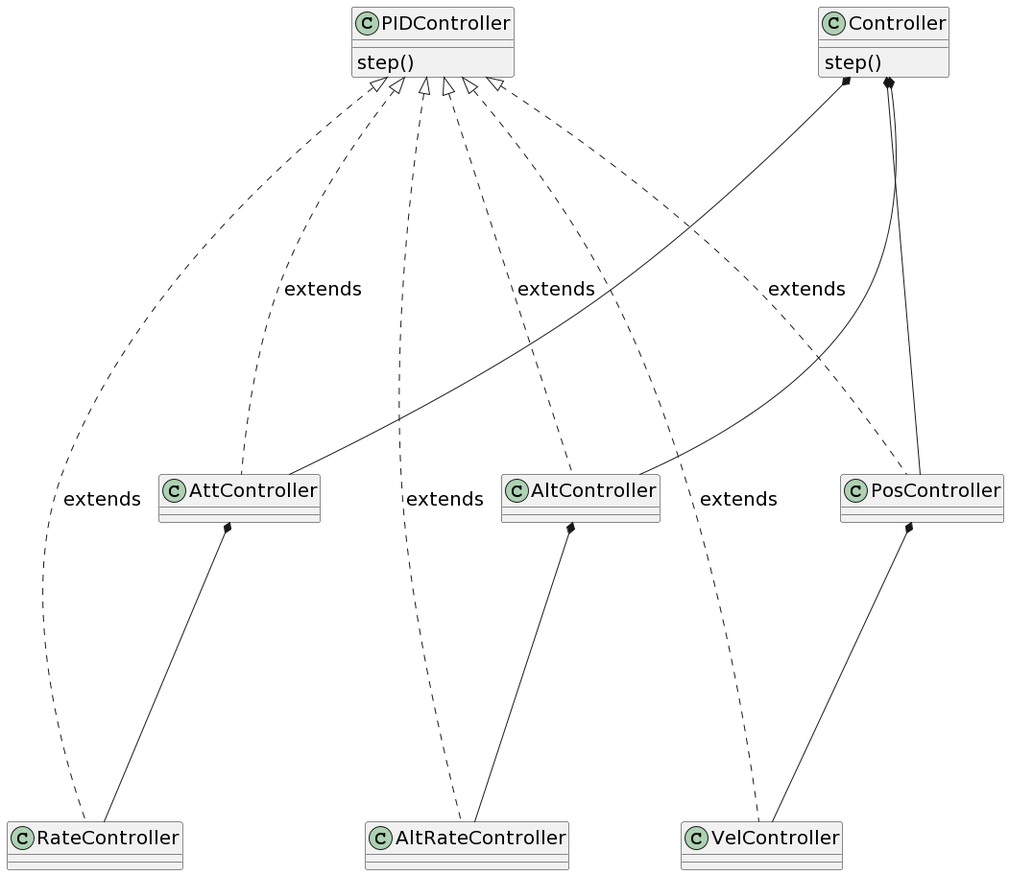
The PlantUML diagram _static/controller_classdiagram.png in hazrmard/multirotor, before a commit.
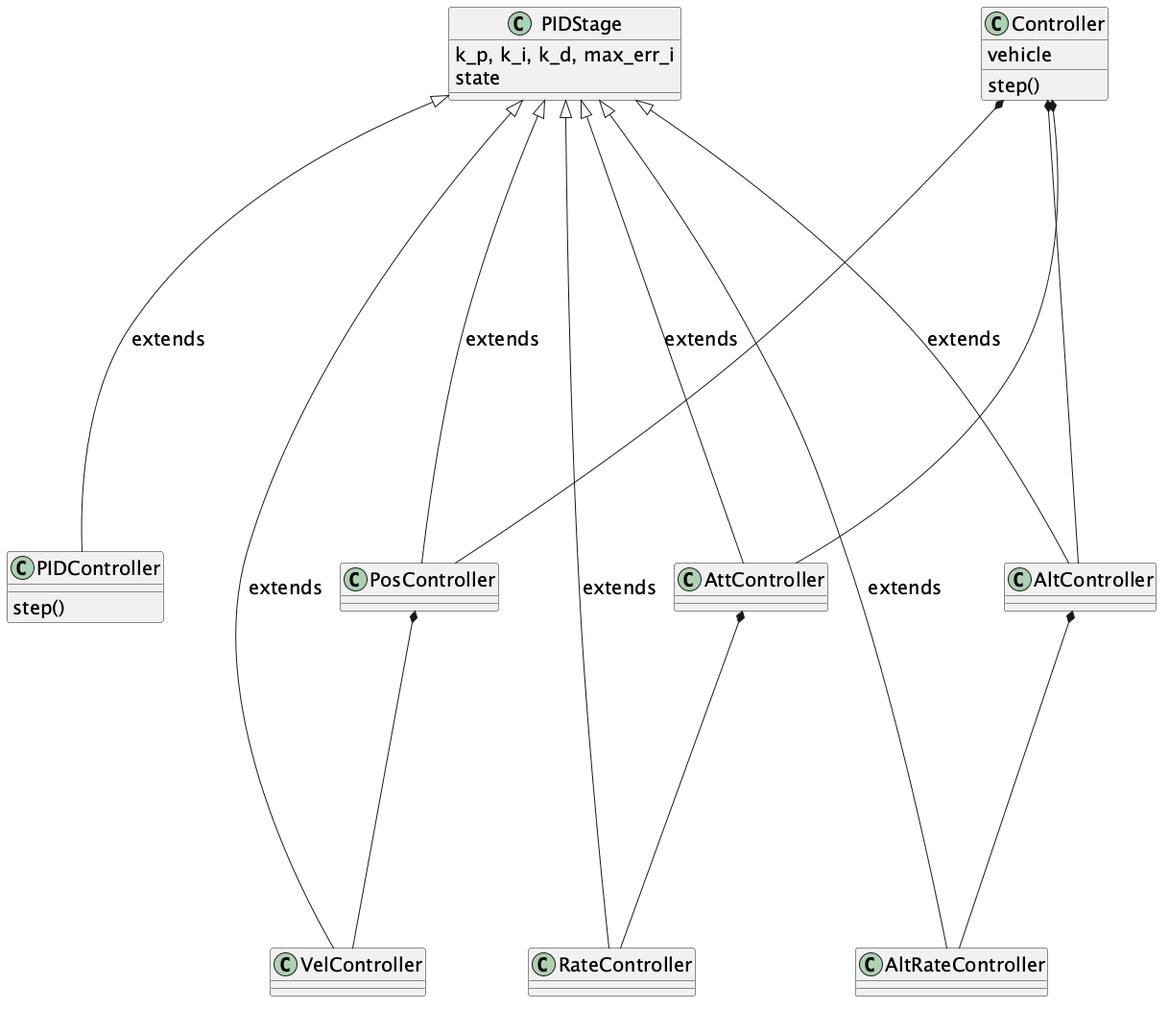
After the commit.

The edit, as a diff of the source:
```diff
@@ -3,11 +3,15 @@
 
 skinparam defaultFontSize 20
 
+class PIDStage {
+    {field} k_p, k_i, k_d, max_err_i
+    {field} state
+}
 class PIDController {
-    {field}
     step()
 }
 class Controller {
+    vehicle
     step()
 }
 class PosController
@@ -17,12 +21,13 @@
 class AltController
 class AltRateController
 
-PIDController <|.. AltController : extends
-PIDController <|.. AltRateController : extends
-PIDController <|.. AttController : extends
-PIDController <|.. RateController : extends
-PIDController <|.. PosController : extends
-PIDController <|.. VelController : extends
+PIDStage <|-- PIDController : extends
+PIDStage <|-- AltController : extends
+PIDStage <|-- AltRateController : extends
+PIDStage <|-- AttController : extends
+PIDStage <|-- RateController : extends
+PIDStage <|-- PosController : extends
+PIDStage <|-- VelController : extends
 
 Controller *-- AltController
 AltController *-- AltRateController
@@ -30,4 +35,5 @@
 PosController *-- VelController
 Controller *-- AttController
 AttController *-- RateController
+
 @enduml
```
